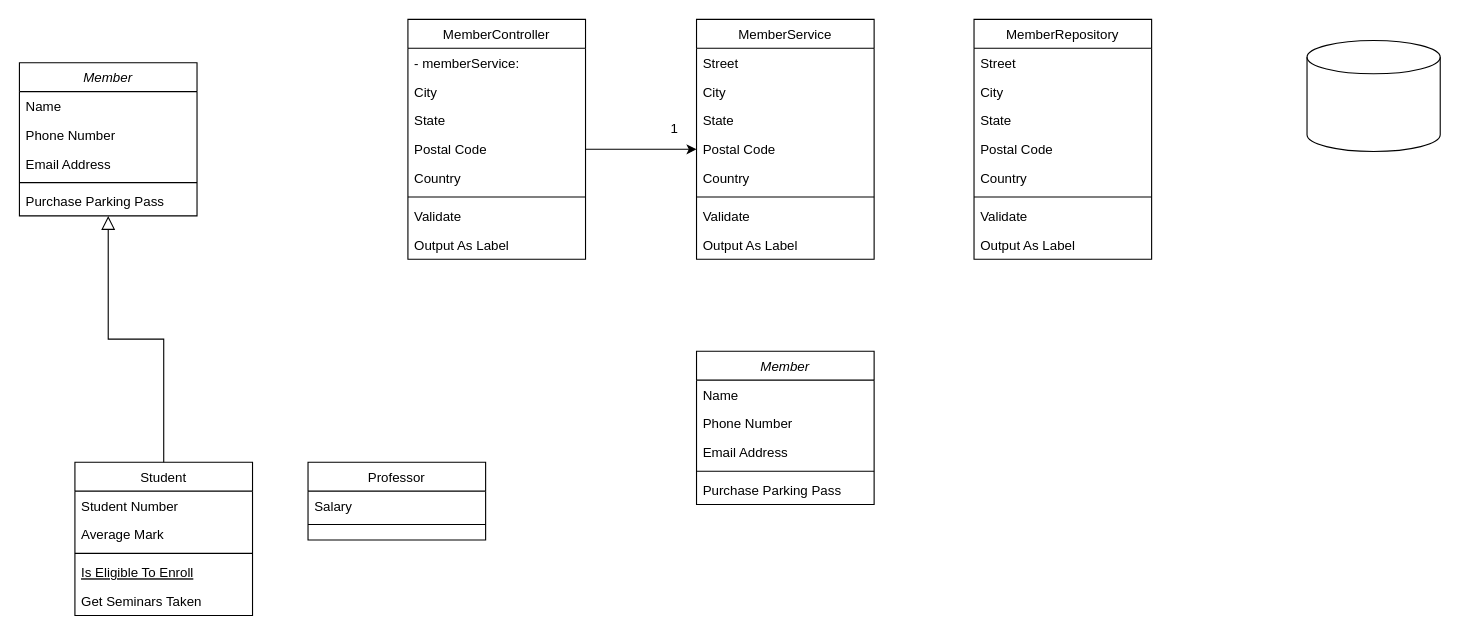
This is Class Diagram.drawio from rlagudtn/Share, a draw.io file, before an edit. Source tidied: cells renumbered, new cells numbered last; positions are measured from the earlier drawing's top-left corner, leaving out a move shared by most shapes. Both pictures are drawn from the tidied source at 111%, with x=0, y=0 at pixel (19, 19).
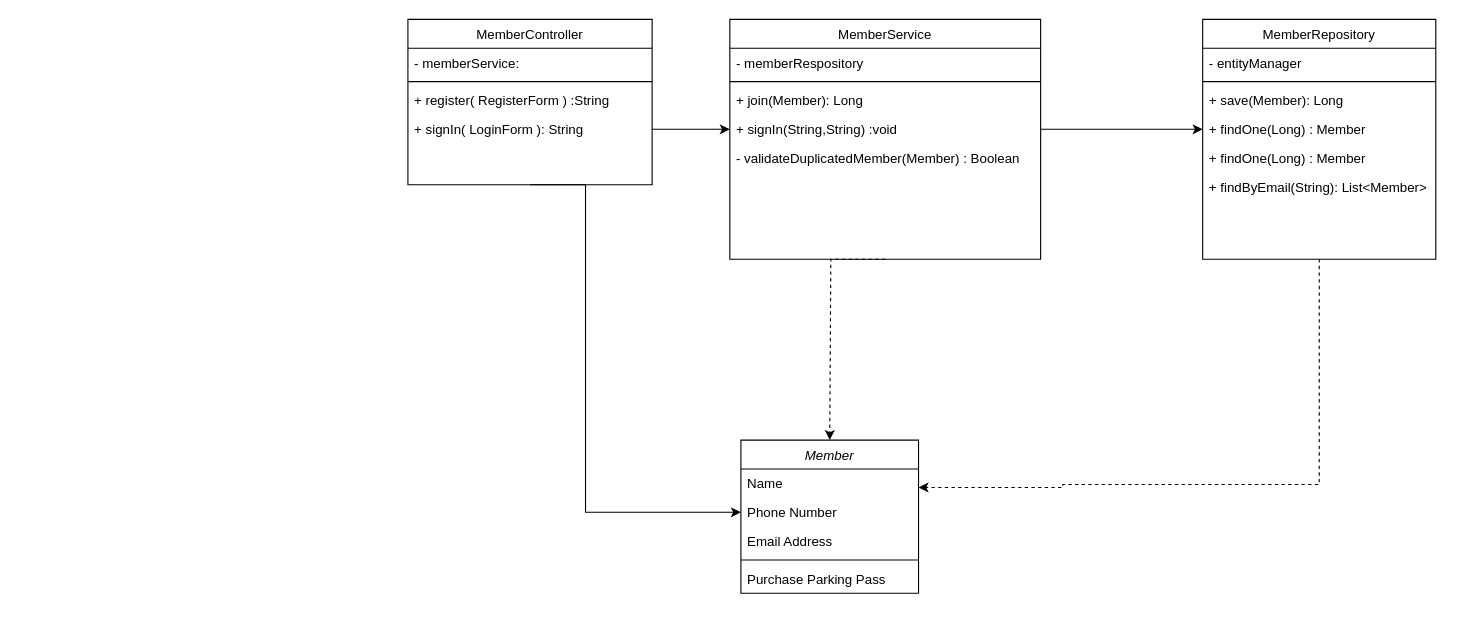
After the change.

The change refers to these unchanged cells:
```xml
<mxCell id="47" value="Phone Number" style="text;align=left;verticalAlign=top;spacingLeft=4;spacingRight=4;overflow=hidden;points=[[0,0.5],[1,0.5]];portConstraint=eastwest;rounded=0;shadow=0;html=0;" parent="45" vertex="1">
  <mxGeometry y="52" width="160" height="26" as="geometry" />
</mxCell>
```

What changed in the source:
```diff
@@
-    <mxCell id="2" value="Member" style="swimlane;fontStyle=2;align=center;verticalAlign=top;horizontal=1;startSize=26;rounded=0;shadow=0;strokeWidth=1;" parent="1" vertex="1">
-      <mxGeometry y="39" width="160" height="138" as="geometry" />
-    </mxCell>
-    <mxCell id="3" value="Name" style="text;align=left;verticalAlign=top;spacingLeft=4;spacingRight=4;overflow=hidden;" parent="2" vertex="1">
-      <mxGeometry y="26" width="160" height="26" as="geometry" />
-    </mxCell>
-    <mxCell id="4" value="Phone Number" style="text;align=left;verticalAlign=top;spacingLeft=4;spacingRight=4;overflow=hidden;rounded=0;shadow=0;html=0;" parent="2" vertex="1">
-      <mxGeometry y="52" width="160" height="26" as="geometry" />
-    </mxCell>
-    <mxCell id="5" value="Email Address" style="text;align=left;verticalAlign=top;spacingLeft=4;spacingRight=4;overflow=hidden;rounded=0;shadow=0;html=0;" parent="2" vertex="1">
-      <mxGeometry y="78" width="160" height="26" as="geometry" />
-    </mxCell>
-    <mxCell id="6" style="line;html=1;strokeWidth=1;align=left;verticalAlign=middle;spacingTop=-1;spacingLeft=3;spacingRight=3;labelPosition=right;" parent="2" vertex="1">
-      <mxGeometry y="104" width="160" height="8" as="geometry" />
-    </mxCell>
-    <mxCell id="7" value="Purchase Parking Pass" style="text;align=left;verticalAlign=top;spacingLeft=4;spacingRight=4;overflow=hidden;" parent="2" vertex="1">
-      <mxGeometry y="112" width="160" height="26" as="geometry" />
-    </mxCell>
-    <mxCell id="8" value="Student" style="swimlane;fontStyle=0;align=center;verticalAlign=top;horizontal=1;startSize=26;rounded=0;shadow=0;strokeWidth=1;" parent="1" vertex="1">
-      <mxGeometry x="50" y="399" width="160" height="138" as="geometry" />
-    </mxCell>
-    <mxCell id="9" value="Student Number" style="text;align=left;verticalAlign=top;spacingLeft=4;spacingRight=4;overflow=hidden;" parent="8" vertex="1">
-      <mxGeometry y="26" width="160" height="26" as="geometry" />
-    </mxCell>
-    <mxCell id="10" value="Average Mark" style="text;align=left;verticalAlign=top;spacingLeft=4;spacingRight=4;overflow=hidden;rounded=0;shadow=0;html=0;" parent="8" vertex="1">
-      <mxGeometry y="52" width="160" height="26" as="geometry" />
-    </mxCell>
-    <mxCell id="11" style="line;html=1;strokeWidth=1;align=left;verticalAlign=middle;spacingTop=-1;spacingLeft=3;spacingRight=3;labelPosition=right;" parent="8" vertex="1">
-      <mxGeometry y="78" width="160" height="8" as="geometry" />
-    </mxCell>
-    <mxCell id="12" value="Is Eligible To Enroll" style="text;align=left;verticalAlign=top;spacingLeft=4;spacingRight=4;overflow=hidden;fontStyle=4;" parent="8" vertex="1">
-      <mxGeometry y="86" width="160" height="26" as="geometry" />
-    </mxCell>
-    <mxCell id="13" value="Get Seminars Taken" style="text;align=left;verticalAlign=top;spacingLeft=4;spacingRight=4;overflow=hidden;" parent="8" vertex="1">
-      <mxGeometry y="112" width="160" height="26" as="geometry" />
-    </mxCell>
-    <mxCell id="14" style="endArrow=block;endSize=10;endFill=0;shadow=0;strokeWidth=1;rounded=0;edgeStyle=elbowEdgeStyle;elbow=vertical;" parent="1" edge="1" source="8" target="2">
-      <mxGeometry relative="1" as="geometry" />
-    </mxCell>
-    <mxCell id="15" value="Professor" style="swimlane;fontStyle=0;align=center;verticalAlign=top;horizontal=1;startSize=26;rounded=0;shadow=0;strokeWidth=1;" parent="1" vertex="1">
-      <mxGeometry x="260" y="399" width="160" height="70" as="geometry" />
-    </mxCell>
-    <mxCell id="16" value="Salary" style="text;align=left;verticalAlign=top;spacingLeft=4;spacingRight=4;overflow=hidden;" parent="15" vertex="1">
-      <mxGeometry y="26" width="160" height="26" as="geometry" />
-    </mxCell>
-    <mxCell id="17" style="line;html=1;strokeWidth=1;align=left;verticalAlign=middle;spacingTop=-1;spacingLeft=3;spacingRight=3;labelPosition=right;" parent="15" vertex="1">
-      <mxGeometry y="52" width="160" height="8" as="geometry" />
-    </mxCell>
+    <mxCell id="54" style="edgeStyle=orthogonalEdgeStyle;rounded=0;jettySize=auto;html=1;exitX=0.5;exitY=1;exitDx=0;exitDy=0;dashed=1;entryX=1;entryY=-0.359;entryDx=0;entryDy=0;entryPerimeter=0;" parent="1" edge="1" source="18" target="47">
+      <mxGeometry relative="1" as="geometry">
+        <Array as="points">
+          <mxPoint x="1171" y="419" />
+          <mxPoint x="940" y="419" />
+          <mxPoint x="940" y="422" />
+        </Array>
+      </mxGeometry>
+    </mxCell>
     <mxCell id="18" value="MemberRepository" style="swimlane;fontStyle=0;align=center;verticalAlign=top;horizontal=1;startSize=26;rounded=0;shadow=0;strokeWidth=1;" parent="1" vertex="1">
-      <mxGeometry x="860" width="160" height="216" as="geometry" />
+      <mxGeometry x="1066" width="210" height="216" as="geometry" />
     </mxCell>
-    <mxCell id="19" value="Street" style="text;align=left;verticalAlign=top;spacingLeft=4;spacingRight=4;overflow=hidden;" parent="18" vertex="1">
-      <mxGeometry y="26" width="160" height="26" as="geometry" />
-    </mxCell>
-    <mxCell id="20" value="City" style="text;align=left;verticalAlign=top;spacingLeft=4;spacingRight=4;overflow=hidden;rounded=0;shadow=0;html=0;" parent="18" vertex="1">
-      <mxGeometry y="52" width="160" height="26" as="geometry" />
+    <mxCell id="20" value="- entityManager" style="text;align=left;verticalAlign=top;spacingLeft=4;spacingRight=4;overflow=hidden;rounded=0;shadow=0;html=0;" parent="18" vertex="1">
+      <mxGeometry y="26" width="210" height="26" as="geometry" />
     </mxCell>
-    <mxCell id="21" value="State" style="text;align=left;verticalAlign=top;spacingLeft=4;spacingRight=4;overflow=hidden;rounded=0;shadow=0;html=0;" parent="18" vertex="1">
-      <mxGeometry y="78" width="160" height="26" as="geometry" />
-    </mxCell>
-    <mxCell id="22" value="Postal Code" style="text;align=left;verticalAlign=top;spacingLeft=4;spacingRight=4;overflow=hidden;rounded=0;shadow=0;html=0;" parent="18" vertex="1">
-      <mxGeometry y="104" width="160" height="26" as="geometry" />
-    </mxCell>
-    <mxCell id="23" value="Country" style="text;align=left;verticalAlign=top;spacingLeft=4;spacingRight=4;overflow=hidden;rounded=0;shadow=0;html=0;" parent="18" vertex="1">
-      <mxGeometry y="130" width="160" height="26" as="geometry" />
-    </mxCell>
     <mxCell id="24" style="line;html=1;strokeWidth=1;align=left;verticalAlign=middle;spacingTop=-1;spacingLeft=3;spacingRight=3;labelPosition=right;" parent="18" vertex="1">
-      <mxGeometry y="156" width="160" height="8" as="geometry" />
+      <mxGeometry y="52" width="210" height="8" as="geometry" />
     </mxCell>
-    <mxCell id="25" value="Validate" style="text;align=left;verticalAlign=top;spacingLeft=4;spacingRight=4;overflow=hidden;" parent="18" vertex="1">
-      <mxGeometry y="164" width="160" height="26" as="geometry" />
+    <mxCell id="25" value="+ save(Member): Long" style="text;align=left;verticalAlign=top;spacingLeft=4;spacingRight=4;overflow=hidden;" parent="18" vertex="1">
+      <mxGeometry y="60" width="210" height="26" as="geometry" />
     </mxCell>
-    <mxCell id="26" value="Output As Label" style="text;align=left;verticalAlign=top;spacingLeft=4;spacingRight=4;overflow=hidden;points=[[0,0.5],[1,0.5]];portConstraint=eastwest;" parent="18" vertex="1">
-      <mxGeometry y="190" width="160" height="26" as="geometry" />
+    <mxCell id="26" value="+ findOne(Long) : Member" style="text;align=left;verticalAlign=top;spacingLeft=4;spacingRight=4;overflow=hidden;points=[[0,0.5],[1,0.5]];portConstraint=eastwest;" parent="18" vertex="1">
+      <mxGeometry y="86" width="210" height="26" as="geometry" />
     </mxCell>
+    <mxCell id="55" value="+ findOne(Long) : Member" style="text;align=left;verticalAlign=top;spacingLeft=4;spacingRight=4;overflow=hidden;" parent="18" vertex="1">
+      <mxGeometry y="112" width="210" height="26" as="geometry" />
+    </mxCell>
+    <mxCell id="56" value="+ findByEmail(String): List&lt;Member&gt;" style="text;align=left;verticalAlign=top;spacingLeft=4;spacingRight=4;overflow=hidden;" parent="18" vertex="1">
+      <mxGeometry y="138" width="210" height="26" as="geometry" />
+    </mxCell>
+    <mxCell id="57" style="edgeStyle=orthogonalEdgeStyle;rounded=0;jettySize=auto;html=1;exitX=0.5;exitY=1;exitDx=0;exitDy=0;entryX=0.5;entryY=0;entryDx=0;entryDy=0;dashed=1;" parent="1" edge="1" source="27" target="45">
+      <mxGeometry relative="1" as="geometry">
+        <Array as="points">
+          <mxPoint x="731" y="216" />
+        </Array>
+      </mxGeometry>
+    </mxCell>
     <mxCell id="27" value="MemberService" style="swimlane;fontStyle=0;align=center;verticalAlign=top;horizontal=1;startSize=26;rounded=0;shadow=0;strokeWidth=1;" parent="1" vertex="1">
-      <mxGeometry x="610" width="160" height="216" as="geometry" />
+      <mxGeometry x="640" width="280" height="216" as="geometry" />
     </mxCell>
-    <mxCell id="28" value="Street" style="text;align=left;verticalAlign=top;spacingLeft=4;spacingRight=4;overflow=hidden;" parent="27" vertex="1">
-      <mxGeometry y="26" width="160" height="26" as="geometry" />
-    </mxCell>
-    <mxCell id="29" value="City" style="text;align=left;verticalAlign=top;spacingLeft=4;spacingRight=4;overflow=hidden;rounded=0;shadow=0;html=0;" parent="27" vertex="1">
-      <mxGeometry y="52" width="160" height="26" as="geometry" />
-    </mxCell>
-    <mxCell id="30" value="State" style="text;align=left;verticalAlign=top;spacingLeft=4;spacingRight=4;overflow=hidden;rounded=0;shadow=0;html=0;" parent="27" vertex="1">
-      <mxGeometry y="78" width="160" height="26" as="geometry" />
-    </mxCell>
-    <mxCell id="31" value="Postal Code" style="text;align=left;verticalAlign=top;spacingLeft=4;spacingRight=4;overflow=hidden;points=[[0,0.5],[1,0.5]];portConstraint=eastwest;rounded=0;shadow=0;html=0;" parent="27" vertex="1">
-      <mxGeometry y="104" width="160" height="26" as="geometry" />
-    </mxCell>
-    <mxCell id="32" value="Country" style="text;align=left;verticalAlign=top;spacingLeft=4;spacingRight=4;overflow=hidden;rounded=0;shadow=0;html=0;" parent="27" vertex="1">
-      <mxGeometry y="130" width="160" height="26" as="geometry" />
+    <mxCell id="32" value="- memberRespository" style="text;align=left;verticalAlign=top;spacingLeft=4;spacingRight=4;overflow=hidden;rounded=0;shadow=0;html=0;" parent="27" vertex="1">
+      <mxGeometry y="26" width="280" height="26" as="geometry" />
     </mxCell>
     <mxCell id="33" style="line;html=1;strokeWidth=1;align=left;verticalAlign=middle;spacingTop=-1;spacingLeft=3;spacingRight=3;labelPosition=right;" parent="27" vertex="1">
-      <mxGeometry y="156" width="160" height="8" as="geometry" />
+      <mxGeometry y="52" width="280" height="8" as="geometry" />
     </mxCell>
-    <mxCell id="34" value="Validate" style="text;align=left;verticalAlign=top;spacingLeft=4;spacingRight=4;overflow=hidden;" parent="27" vertex="1">
-      <mxGeometry y="164" width="160" height="26" as="geometry" />
+    <mxCell id="34" value="+ join(Member): Long" style="text;align=left;verticalAlign=top;spacingLeft=4;spacingRight=4;overflow=hidden;" parent="27" vertex="1">
+      <mxGeometry y="60" width="280" height="26" as="geometry" />
     </mxCell>
-    <mxCell id="35" value="Output As Label" style="text;align=left;verticalAlign=top;spacingLeft=4;spacingRight=4;overflow=hidden;points=[[0,0.5],[1,0.5]];portConstraint=eastwest;" parent="27" vertex="1">
-      <mxGeometry y="190" width="160" height="26" as="geometry" />
+    <mxCell id="35" value="+ signIn(String,String) :void " style="text;align=left;verticalAlign=top;spacingLeft=4;spacingRight=4;overflow=hidden;points=[[0,0.5],[1,0.5]];portConstraint=eastwest;" parent="27" vertex="1">
+      <mxGeometry y="86" width="280" height="26" as="geometry" />
     </mxCell>
+    <mxCell id="58" value="- validateDuplicatedMember(Member) : Boolean" style="text;align=left;verticalAlign=top;spacingLeft=4;spacingRight=4;overflow=hidden;" parent="27" vertex="1">
+      <mxGeometry y="112" width="280" height="26" as="geometry" />
+    </mxCell>
+    <mxCell id="59" style="edgeStyle=orthogonalEdgeStyle;rounded=0;jettySize=auto;html=1;exitX=0.5;exitY=1;exitDx=0;exitDy=0;entryX=0;entryY=0.5;entryDx=0;entryDy=0;" parent="1" edge="1" source="36" target="47">
+      <mxGeometry relative="1" as="geometry">
+        <Array as="points">
+          <mxPoint x="510" y="149" />
+          <mxPoint x="510" y="444" />
+        </Array>
+      </mxGeometry>
+    </mxCell>
     <mxCell id="36" value="MemberController" style="swimlane;fontStyle=0;align=center;verticalAlign=top;horizontal=1;startSize=26;rounded=0;shadow=0;strokeWidth=1;" parent="1" vertex="1">
-      <mxGeometry x="350" width="160" height="216" as="geometry" />
+      <mxGeometry x="350" width="220" height="149" as="geometry" />
     </mxCell>
     <mxCell id="37" value="- memberService:" style="text;align=left;verticalAlign=top;spacingLeft=4;spacingRight=4;overflow=hidden;" parent="36" vertex="1">
-      <mxGeometry y="26" width="160" height="26" as="geometry" />
+      <mxGeometry y="26" width="220" height="26" as="geometry" />
     </mxCell>
-    <mxCell id="38" value="City" style="text;align=left;verticalAlign=top;spacingLeft=4;spacingRight=4;overflow=hidden;rounded=0;shadow=0;html=0;" parent="36" vertex="1">
-      <mxGeometry y="52" width="160" height="26" as="geometry" />
-    </mxCell>
-    <mxCell id="39" value="State" style="text;align=left;verticalAlign=top;spacingLeft=4;spacingRight=4;overflow=hidden;rounded=0;shadow=0;html=0;" parent="36" vertex="1">
-      <mxGeometry y="78" width="160" height="26" as="geometry" />
-    </mxCell>
-    <mxCell id="40" value="Postal Code" style="text;align=left;verticalAlign=top;spacingLeft=4;spacingRight=4;overflow=hidden;points=[[0,0.5],[1,0.5]];portConstraint=eastwest;rounded=0;shadow=0;html=0;" parent="36" vertex="1">
-      <mxGeometry y="104" width="160" height="26" as="geometry" />
-    </mxCell>
-    <mxCell id="41" value="Country" style="text;align=left;verticalAlign=top;spacingLeft=4;spacingRight=4;overflow=hidden;rounded=0;shadow=0;html=0;" parent="36" vertex="1">
-      <mxGeometry y="130" width="160" height="26" as="geometry" />
-    </mxCell>
     <mxCell id="42" style="line;html=1;strokeWidth=1;align=left;verticalAlign=middle;spacingTop=-1;spacingLeft=3;spacingRight=3;labelPosition=right;" parent="36" vertex="1">
-      <mxGeometry y="156" width="160" height="8" as="geometry" />
+      <mxGeometry y="52" width="220" height="8" as="geometry" />
     </mxCell>
-    <mxCell id="43" value="Validate" style="text;align=left;verticalAlign=top;spacingLeft=4;spacingRight=4;overflow=hidden;" parent="36" vertex="1">
-      <mxGeometry y="164" width="160" height="26" as="geometry" />
+    <mxCell id="43" value="+ register( RegisterForm ) :String" style="text;align=left;verticalAlign=top;spacingLeft=4;spacingRight=4;overflow=hidden;" parent="36" vertex="1">
+      <mxGeometry y="60" width="220" height="26" as="geometry" />
     </mxCell>
-    <mxCell id="44" value="Output As Label" style="text;align=left;verticalAlign=top;spacingLeft=4;spacingRight=4;overflow=hidden;points=[[0,0.5],[1,0.5]];portConstraint=eastwest;" parent="36" vertex="1">
-      <mxGeometry y="190" width="160" height="26" as="geometry" />
+    <mxCell id="44" value="+ signIn( LoginForm ): String" style="text;align=left;verticalAlign=top;spacingLeft=4;spacingRight=4;overflow=hidden;points=[[0,0.5],[1,0.5]];portConstraint=eastwest;" parent="36" vertex="1">
+      <mxGeometry y="86" width="220" height="26" as="geometry" />
     </mxCell>
     <mxCell id="45" value="Member" style="swimlane;fontStyle=2;align=center;verticalAlign=top;horizontal=1;startSize=26;rounded=0;shadow=0;strokeWidth=1;" parent="1" vertex="1">
-      <mxGeometry x="610" y="299" width="160" height="138" as="geometry" />
+      <mxGeometry x="650" y="379" width="160" height="138" as="geometry" />
     </mxCell>
@@
-    <mxCell id="51" style="shape=cylinder3;whiteSpace=wrap;html=1;boundedLbl=1;backgroundOutline=1;size=15;" parent="1" vertex="1">
-      <mxGeometry x="1160" y="19" width="120" height="100" as="geometry" />
-    </mxCell>
-    <mxCell id="52" style="edgeStyle=orthogonalEdgeStyle;rounded=0;jettySize=auto;html=1;exitX=1;exitY=0.5;exitDx=0;exitDy=0;entryX=0;entryY=0.5;entryDx=0;entryDy=0;" parent="1" edge="1" source="40" target="31">
-      <mxGeometry relative="1" as="geometry" />
-    </mxCell>
-    <mxCell id="53" value="1" style="text;html=1;align=center;verticalAlign=middle;strokeColor=none;fillColor=none;" parent="1" vertex="1">
-      <mxGeometry x="580" y="89" width="20" height="20" as="geometry" />
-    </mxCell>
+    <mxCell id="60" style="edgeStyle=orthogonalEdgeStyle;rounded=0;jettySize=auto;html=1;exitX=1;exitY=0.5;exitDx=0;exitDy=0;entryX=0;entryY=0.5;entryDx=0;entryDy=0;" parent="1" edge="1" source="44" target="35">
+      <mxGeometry relative="1" as="geometry" />
+    </mxCell>
+    <mxCell id="61" style="edgeStyle=orthogonalEdgeStyle;rounded=0;jettySize=auto;html=1;exitX=1;exitY=0.5;exitDx=0;exitDy=0;entryX=0;entryY=0.5;entryDx=0;entryDy=0;" parent="1" edge="1" source="35" target="26">
+      <mxGeometry relative="1" as="geometry" />
+    </mxCell>
```
